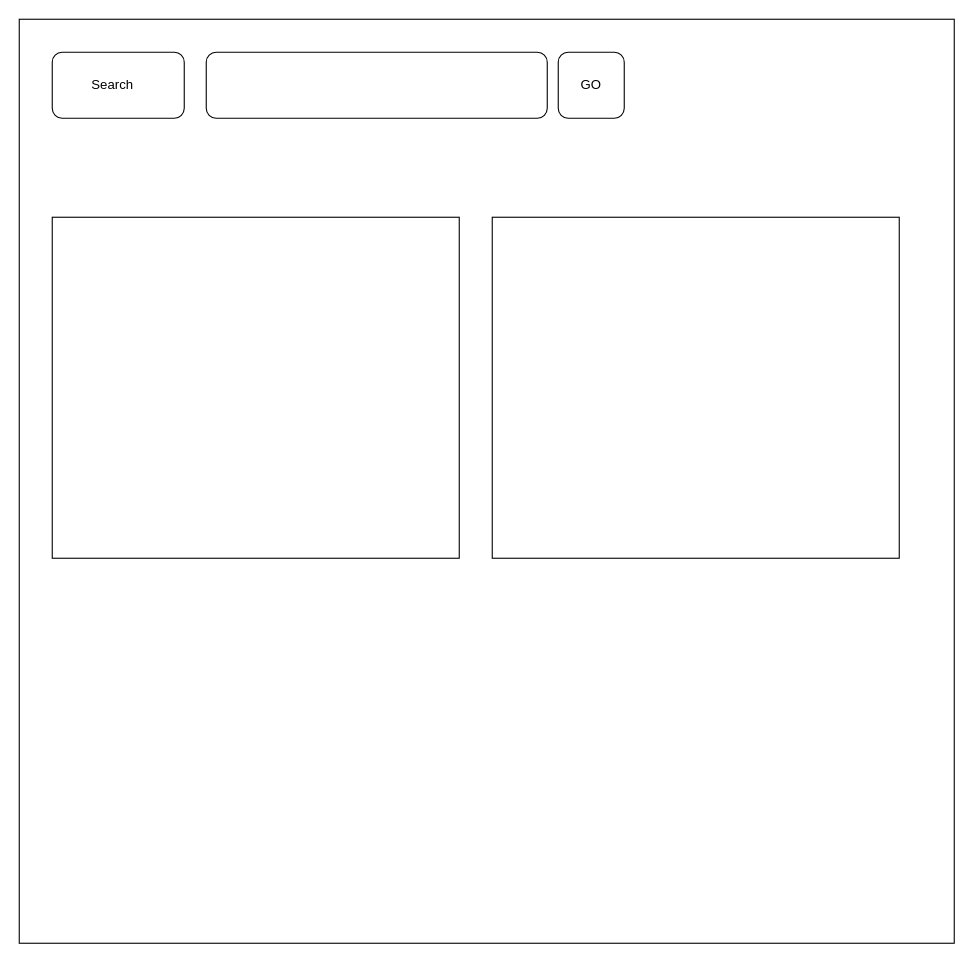
Earlier version of the draw.io diagram Untitled Diagram.drawio (cunns9/SearchEngine-website). Source tidied: cells renumbered, new cells numbered last; positions are measured from the earlier drawing's top-left corner, leaving out a move shared by most shapes. Both pictures are drawn from the tidied source at 110%, with x=0, y=0 at pixel (19, 19).
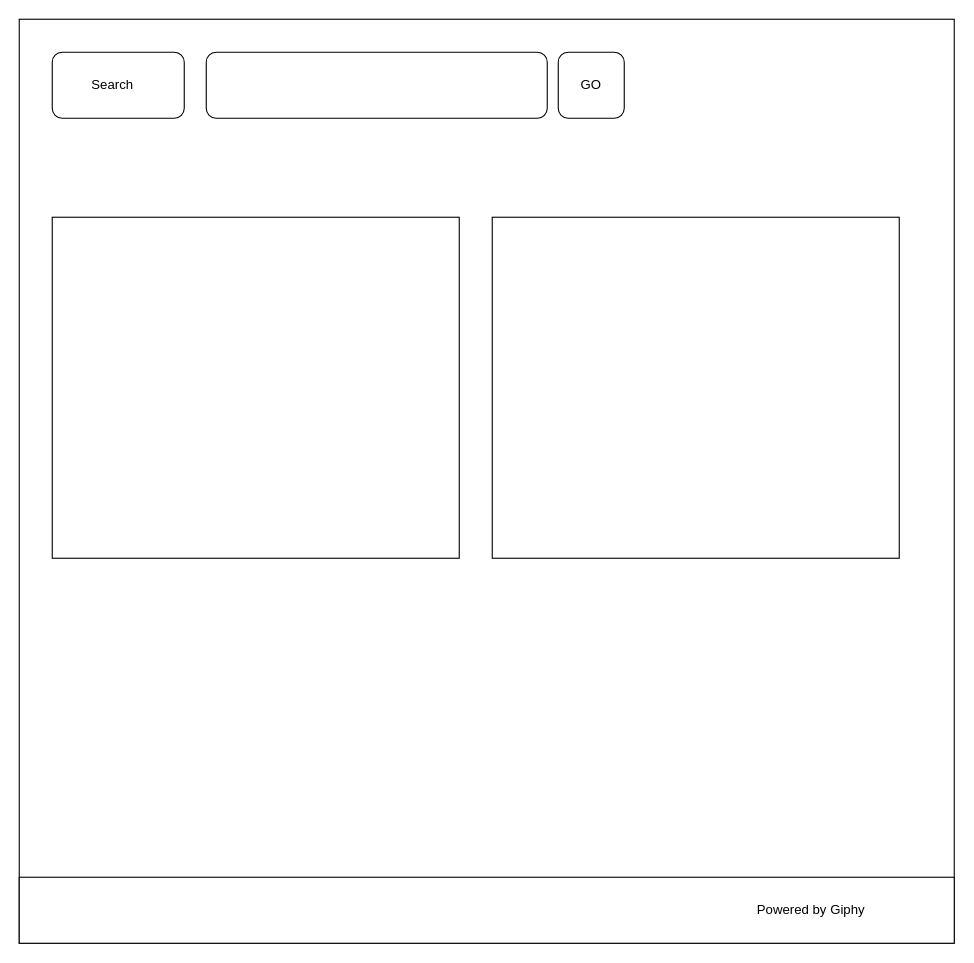
The same diagram, later.

Change to the diagram source:
```diff
@@
 <mxGraphModel>
   <root>
     <mxCell id="0" />
     <mxCell id="1" parent="0" />
     <mxCell id="2" style="rounded=0;whiteSpace=wrap;html=1;" parent="1" vertex="1">
       <mxGeometry width="850" height="840" as="geometry" />
     </mxCell>
     <mxCell id="3" style="rounded=1;whiteSpace=wrap;html=1;" parent="1" vertex="1">
       <mxGeometry x="170" y="30" width="310" height="60" as="geometry" />
     </mxCell>
     <mxCell id="4" style="rounded=1;whiteSpace=wrap;html=1;" parent="1" vertex="1">
       <mxGeometry x="30" y="30" width="120" height="60" as="geometry" />
     </mxCell>
     <mxCell id="5" style="rounded=1;whiteSpace=wrap;html=1;" parent="1" vertex="1">
       <mxGeometry x="490" y="30" width="60" height="60" as="geometry" />
     </mxCell>
     <mxCell id="6" value="GO" style="text;html=1;strokeColor=none;fillColor=none;align=center;verticalAlign=middle;whiteSpace=wrap;rounded=0;" parent="1" vertex="1">
       <mxGeometry x="500" y="50" width="40" height="20" as="geometry" />
     </mxCell>
     <mxCell id="7" value="Search" style="text;html=1;strokeColor=none;fillColor=none;align=center;verticalAlign=middle;whiteSpace=wrap;rounded=0;" parent="1" vertex="1">
       <mxGeometry y="30" width="170" height="60" as="geometry" />
     </mxCell>
     <mxCell id="8" style="rounded=0;whiteSpace=wrap;html=1;" parent="1" vertex="1">
       <mxGeometry x="30" y="180" width="370" height="310" as="geometry" />
     </mxCell>
     <mxCell id="9" style="rounded=0;whiteSpace=wrap;html=1;" parent="1" vertex="1">
       <mxGeometry x="430" y="180" width="370" height="310" as="geometry" />
     </mxCell>
+    <mxCell id="10" style="rounded=0;whiteSpace=wrap;html=1;" parent="1" vertex="1">
+      <mxGeometry y="780" width="850" height="60" as="geometry" />
+    </mxCell>
+    <mxCell id="11" value="Powered by Giphy" style="text;html=1;strokeColor=none;fillColor=none;align=center;verticalAlign=middle;whiteSpace=wrap;rounded=0;" parent="1" vertex="1">
+      <mxGeometry x="640" y="800" width="160" height="20" as="geometry" />
+    </mxCell>
   </root>
 </mxGraphModel>
```
